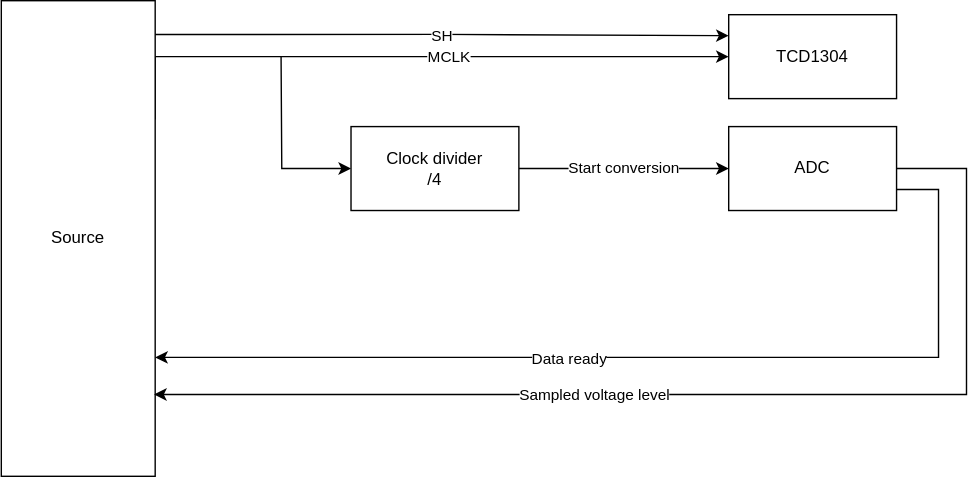
This is charts/tcd1304_driver.drawio.svg from sesimo/monorepo, a draw.io export, as it was before one commit. Source tidied: cells renumbered, new cells last; positions are measured from the earlier drawing's top-left corner, leaving out a move shared by most shapes.
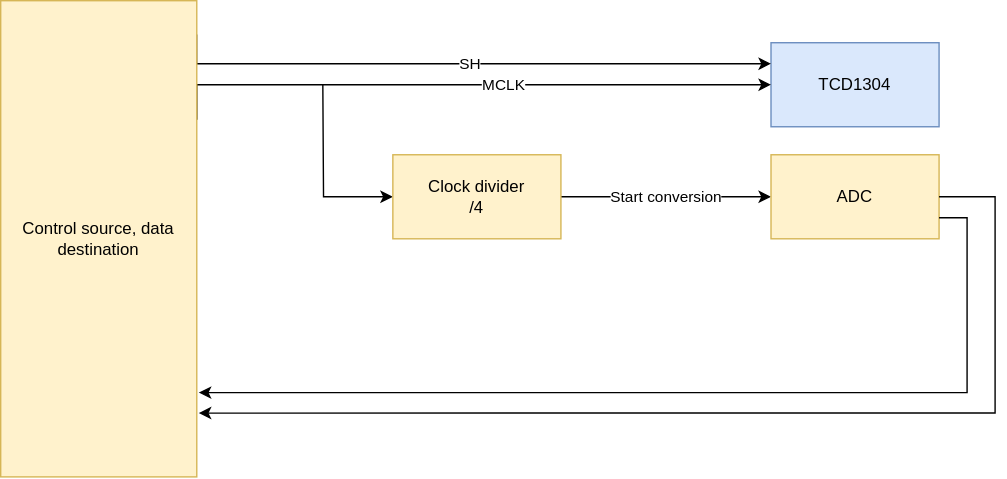
The same file after the commit.

Diff of the diagram source:
```diff
@@ -2,7 +2,7 @@
   <root>
     <mxCell id="0" />
     <mxCell id="1" parent="0" />
-    <mxCell id="2" value="&lt;div&gt;TCD1304&lt;/div&gt;" style="rounded=0;whiteSpace=wrap;html=1;" parent="1" vertex="1">
+    <mxCell id="2" value="&lt;div&gt;TCD1304&lt;/div&gt;" style="rounded=0;whiteSpace=wrap;html=1;fillColor=#dae8fc;strokeColor=#6c8ebf;" parent="1" vertex="1">
       <mxGeometry x="520" y="10" width="120" height="60" as="geometry" />
     </mxCell>
     <mxCell id="3" value="&lt;div&gt;Start conversion&lt;/div&gt;" style="edgeStyle=orthogonalEdgeStyle;rounded=0;jettySize=auto;html=1;exitX=1;exitY=0.5;exitDx=0;exitDy=0;" parent="1" edge="1" source="5" target="8">
@@ -13,25 +13,18 @@
         <mxPoint x="200" y="40" as="targetPoint" />
       </mxGeometry>
     </mxCell>
-    <mxCell id="5" value="&lt;div&gt;Clock divider&lt;/div&gt;&lt;div&gt;/4&lt;/div&gt;" style="rounded=0;whiteSpace=wrap;html=1;" parent="1" vertex="1">
+    <mxCell id="5" value="&lt;div&gt;Clock divider&lt;/div&gt;&lt;div&gt;/4&lt;/div&gt;" style="rounded=0;whiteSpace=wrap;html=1;fillColor=#fff2cc;strokeColor=#d6b656;" parent="1" vertex="1">
       <mxGeometry x="250" y="90" width="120" height="60" as="geometry" />
     </mxCell>
-    <mxCell id="6" style="edgeStyle=orthogonalEdgeStyle;rounded=0;jettySize=auto;html=1;exitX=1;exitY=0.75;exitDx=0;exitDy=0;entryX=1;entryY=0.75;entryDx=0;entryDy=0;" parent="1" edge="1" source="8" target="11">
-      <mxGeometry relative="1" as="geometry">
-        <Array as="points">
-          <mxPoint x="670" y="135" />
-          <mxPoint x="670" y="255" />
-        </Array>
-      </mxGeometry>
-    </mxCell>
-    <mxCell id="7" value="Data ready" style="edgeLabel;html=1;align=center;verticalAlign=middle;" parent="6" vertex="1">
-      <mxGeometry x="0.17" relative="1" as="geometry" />
-    </mxCell>
-    <mxCell id="8" value="ADC" style="rounded=0;whiteSpace=wrap;html=1;" parent="1" vertex="1">
+    <mxCell id="8" value="ADC" style="rounded=0;whiteSpace=wrap;html=1;fillColor=#fff2cc;strokeColor=#d6b656;" parent="1" vertex="1">
       <mxGeometry x="520" y="90" width="120" height="60" as="geometry" />
     </mxCell>
     <mxCell id="9" value="SH" style="edgeStyle=orthogonalEdgeStyle;rounded=0;jettySize=auto;html=1;exitX=0.999;exitY=0.071;exitDx=0;exitDy=0;entryX=0;entryY=0.25;entryDx=0;entryDy=0;exitPerimeter=0;" parent="1" edge="1" source="11" target="2">
-      <mxGeometry relative="1" as="geometry" />
+      <mxGeometry relative="1" as="geometry">
+        <Array as="points">
+          <mxPoint x="110" y="25" />
+        </Array>
+      </mxGeometry>
     </mxCell>
     <mxCell id="10" value="&lt;div&gt;MCLK&lt;/div&gt;" style="edgeStyle=orthogonalEdgeStyle;rounded=0;jettySize=auto;html=1;exitX=1;exitY=0.25;exitDx=0;exitDy=0;entryX=0;entryY=0.5;entryDx=0;entryDy=0;" parent="1" edge="1" source="11" target="2">
       <mxGeometry x="0.12" relative="1" as="geometry">
@@ -40,16 +33,19 @@
         </Array>
       </mxGeometry>
     </mxCell>
-    <mxCell id="11" value="Source" style="rounded=0;whiteSpace=wrap;html=1;" parent="1" vertex="1">
-      <mxGeometry width="110" height="340" as="geometry" />
+    <mxCell id="11" value="&lt;div&gt;Control source, data destination&lt;/div&gt;" style="rounded=0;whiteSpace=wrap;html=1;fillColor=#fff2cc;strokeColor=#d6b656;" parent="1" vertex="1">
+      <mxGeometry x="-30" y="-20" width="140" height="340" as="geometry" />
     </mxCell>
-    <mxCell id="12" value="Sampled voltage level" style="edgeStyle=orthogonalEdgeStyle;rounded=0;jettySize=auto;html=1;exitX=1;exitY=0.5;exitDx=0;exitDy=0;entryX=0.993;entryY=0.828;entryDx=0;entryDy=0;entryPerimeter=0;" parent="1" edge="1" source="8" target="11">
-      <mxGeometry x="0.21" relative="1" as="geometry">
-        <Array as="points">
-          <mxPoint x="690" y="120" />
-          <mxPoint x="690" y="282" />
-        </Array>
-      </mxGeometry>
-    </mxCell>
+    <mxCell id="13" style="edgeStyle=orthogonalEdgeStyle;rounded=0;jettySize=auto;html=1;exitX=1;exitY=0.5;exitDx=0;exitDy=0;entryX=1.01;entryY=0.866;entryDx=0;entryDy=0;entryPerimeter=0;" parent="1" edge="1" source="8" target="11">
+      <mxGeometry relative="1" as="geometry">
+        <Array as="points">
+          <mxPoint x="680" y="120" />
+          <mxPoint x="680" y="274" />
+        </Array>
+      </mxGeometry>
+    </mxCell>
+    <mxCell id="14" style="edgeStyle=orthogonalEdgeStyle;rounded=0;jettySize=auto;html=1;exitX=1;exitY=0.75;exitDx=0;exitDy=0;entryX=1.01;entryY=0.823;entryDx=0;entryDy=0;entryPerimeter=0;" parent="1" edge="1" source="8" target="11">
+      <mxGeometry relative="1" as="geometry" />
+    </mxCell>
   </root>
 </mxGraphModel>
```
